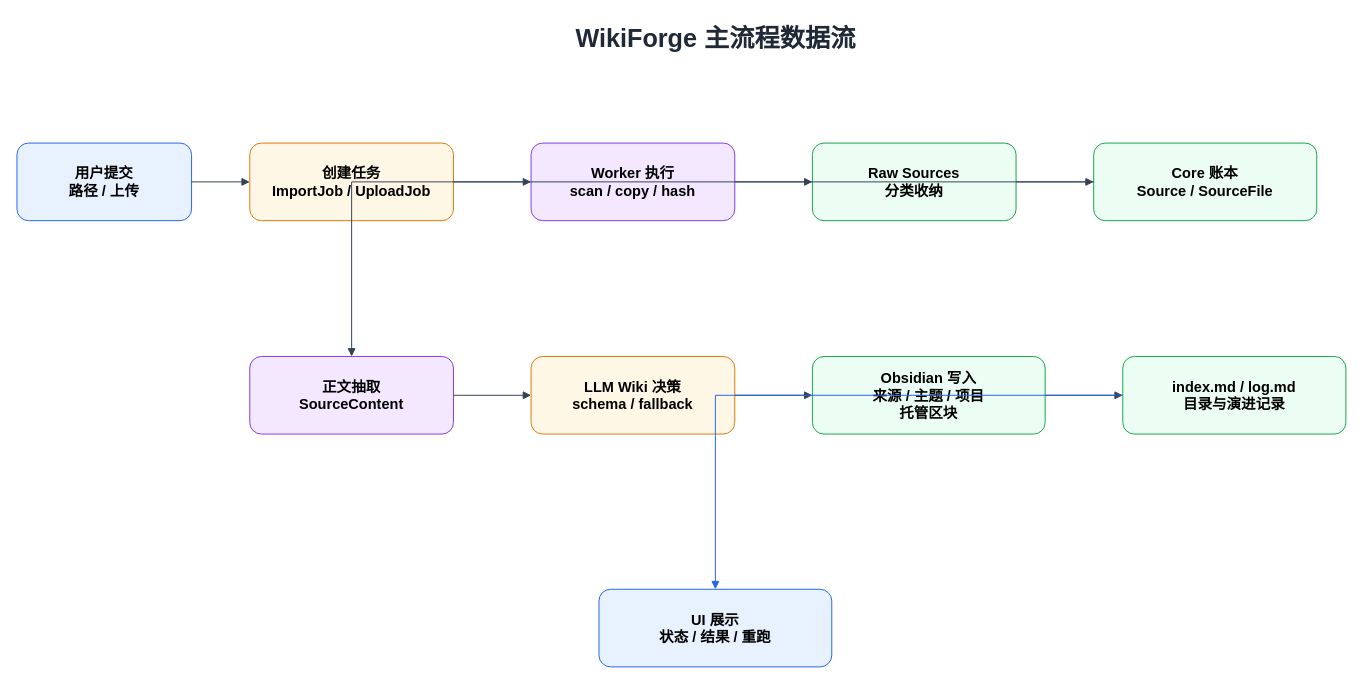
Earlier version of the draw.io diagram page "数据流图" (3 of 4) of docs/rebuild/2026-05-24-mvp0-baseline/diagrams/2026-05-24-WikiForge-four-layer-architecture.drawio (BonusWang/WikiForge). Source tidied: cells renumbered, new cells numbered last; positions are measured from the earlier drawing's top-left corner, leaving out a move shared by most shapes. Both pictures are drawn from the tidied source at 97%, with x=0, y=0 at pixel (16, 16).
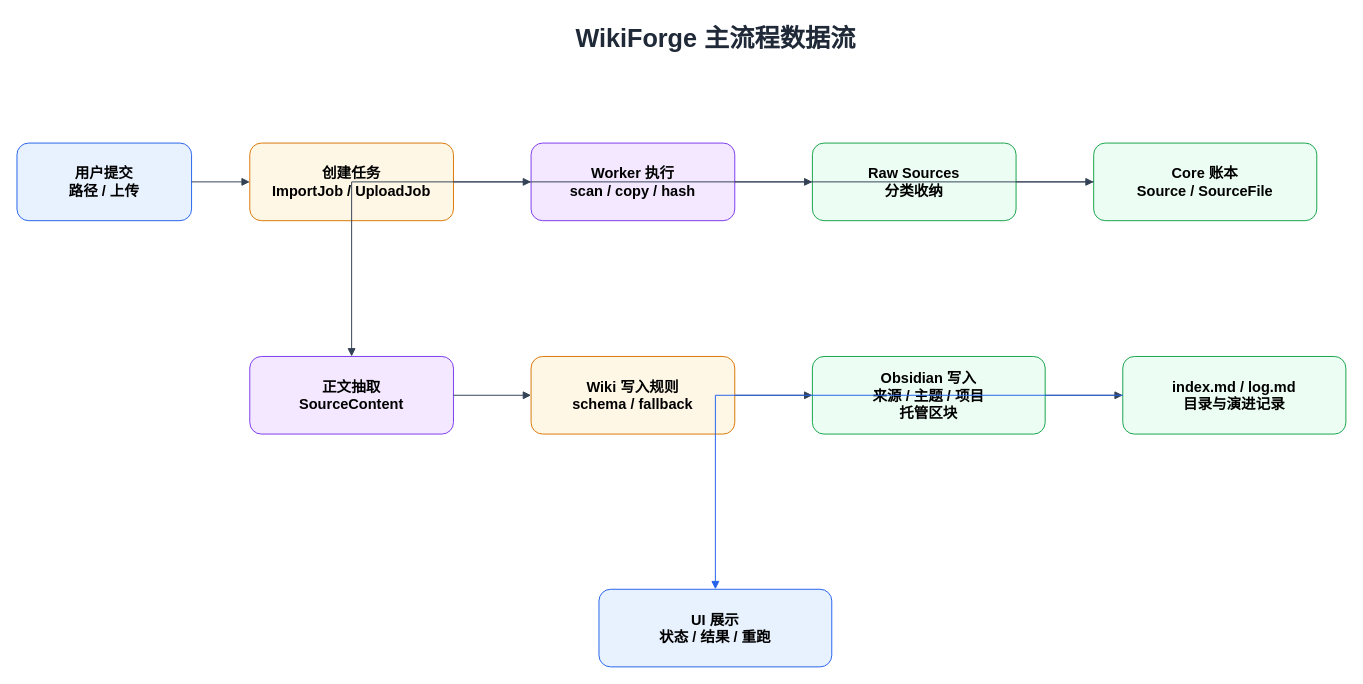
After the change.

Diff of the diagram source:
```diff
@@
-    <mxCell id="9" value="LLM Wiki 决策&#10;schema / fallback" style="rounded=1;whiteSpace=wrap;html=1;fillColor=#FFF7E6;strokeColor=#D97706;fontSize=15;fontStyle=1;" parent="1" vertex="1">
+    <mxCell id="9" value="Wiki 写入规则&#10;schema / fallback" style="rounded=1;whiteSpace=wrap;html=1;fillColor=#FFF7E6;strokeColor=#D97706;fontSize=15;fontStyle=1;" parent="1" vertex="1">
       <mxGeometry x="530" y="350" width="210" height="80" as="geometry" />
     </mxCell>
```
